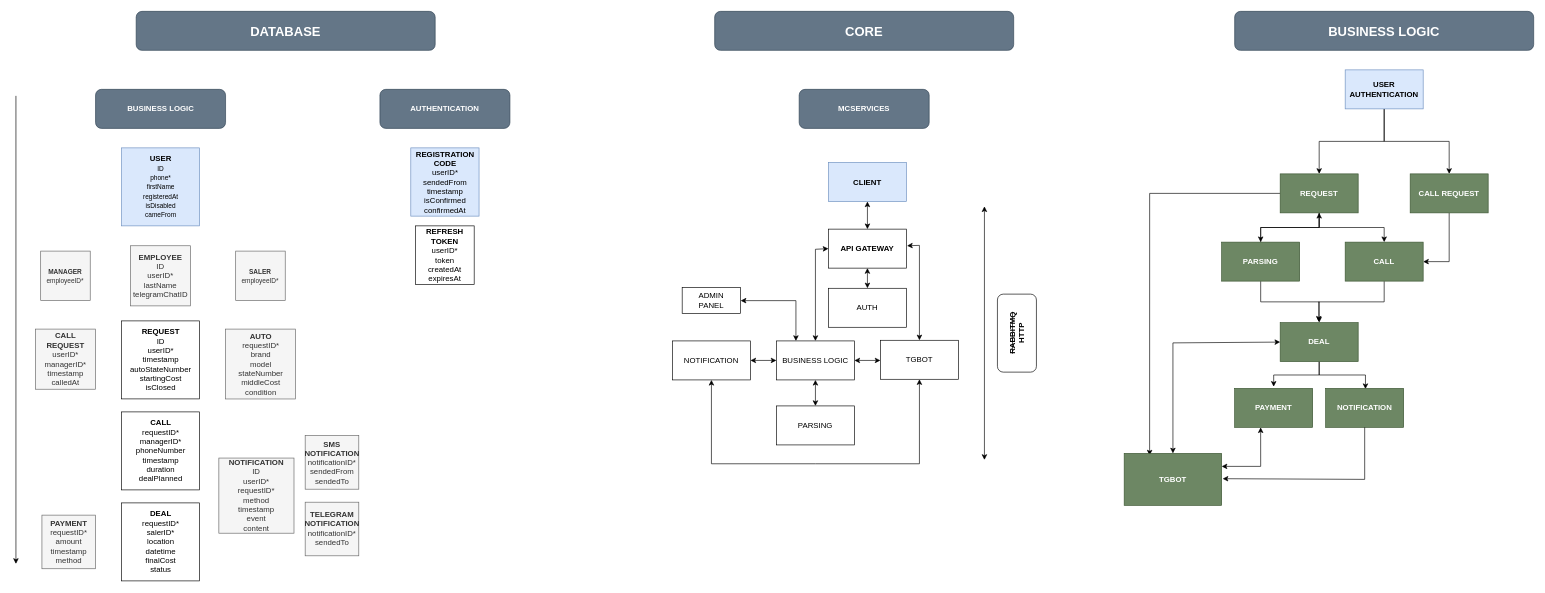
The draw.io diagram docs/AppDiagram.drawio in Dahaka1/GetAuto, before the edit. Source tidied: cells renumbered, new cells numbered last; positions are measured from the earlier drawing's top-left corner, leaving out a move shared by most shapes. Both pictures are drawn from the tidied source at 65%, with x=0, y=0 at pixel (16, 11).
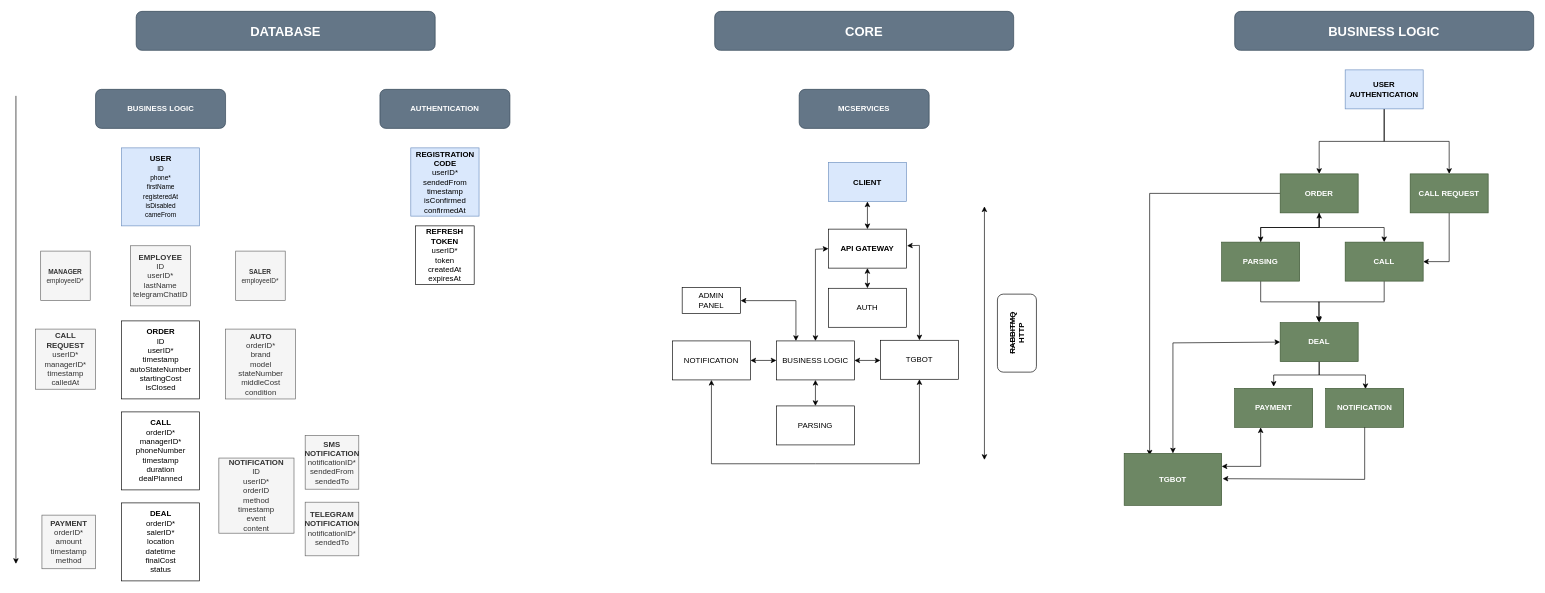
Above is the later version.

Change to the diagram source:
```diff
@@
-    <mxCell id="3" value="&lt;b&gt;AUTO&lt;/b&gt;&lt;br&gt;requestID*&lt;br&gt;brand&lt;br&gt;model&lt;br&gt;stateNumber&lt;br&gt;middleCost&lt;br&gt;condition" style="whiteSpace=wrap;html=1;fillColor=#f5f5f5;fontColor=#333333;strokeColor=#666666;" parent="1" vertex="1">
+    <mxCell id="3" value="&lt;b&gt;AUTO&lt;/b&gt;&lt;br&gt;orderID*&lt;br&gt;brand&lt;br&gt;model&lt;br&gt;stateNumber&lt;br&gt;middleCost&lt;br&gt;condition" style="whiteSpace=wrap;html=1;fillColor=#f5f5f5;fontColor=#333333;strokeColor=#666666;" parent="1" vertex="1">
       <mxGeometry x="322.5" y="488.8" width="107.5" height="107.5" as="geometry" />
     </mxCell>
-    <mxCell id="4" value="&lt;b&gt;REQUEST&lt;br&gt;&lt;/b&gt;ID&lt;br&gt;userID*&lt;br&gt;timestamp&lt;br&gt;autoStateNumber&lt;br&gt;startingCost&lt;br&gt;isClosed" style="whiteSpace=wrap;html=1;" parent="1" vertex="1">
+    <mxCell id="4" value="&lt;b&gt;ORDER&lt;br&gt;&lt;/b&gt;ID&lt;br&gt;userID*&lt;br&gt;timestamp&lt;br&gt;autoStateNumber&lt;br&gt;startingCost&lt;br&gt;isClosed" style="whiteSpace=wrap;html=1;" parent="1" vertex="1">
       <mxGeometry x="162.5" y="476.2" width="120" height="120" as="geometry" />
     </mxCell>
-    <mxCell id="5" value="&lt;b&gt;CALL&lt;br&gt;&lt;/b&gt;requestID*&lt;br&gt;managerID*&lt;br&gt;phoneNumber&lt;br&gt;timestamp&lt;br&gt;duration&lt;br&gt;dealPlanned" style="whiteSpace=wrap;html=1;" parent="1" vertex="1">
+    <mxCell id="5" value="&lt;b&gt;CALL&lt;br&gt;&lt;/b&gt;orderID*&lt;br&gt;managerID*&lt;br&gt;phoneNumber&lt;br&gt;timestamp&lt;br&gt;duration&lt;br&gt;dealPlanned" style="whiteSpace=wrap;html=1;" parent="1" vertex="1">
       <mxGeometry x="162.5" y="616.2" width="120" height="120" as="geometry" />
     </mxCell>
-    <mxCell id="6" value="&lt;b&gt;DEAL&lt;/b&gt;&lt;br&gt;requestID*&lt;br&gt;salerID*&lt;br&gt;location&lt;br&gt;datetime&lt;br&gt;finalCost&lt;br&gt;status" style="whiteSpace=wrap;html=1;" parent="1" vertex="1">
+    <mxCell id="6" value="&lt;b&gt;DEAL&lt;/b&gt;&lt;br&gt;orderID*&lt;br&gt;salerID*&lt;br&gt;location&lt;br&gt;datetime&lt;br&gt;finalCost&lt;br&gt;status" style="whiteSpace=wrap;html=1;" parent="1" vertex="1">
       <mxGeometry x="162.5" y="756.2" width="120" height="120" as="geometry" />
     </mxCell>
@@
-    <mxCell id="9" value="&lt;b&gt;PAYMENT&lt;br&gt;&lt;/b&gt;requestID*&lt;br&gt;amount&lt;br&gt;timestamp&lt;br&gt;method" style="whiteSpace=wrap;html=1;fillColor=#f5f5f5;fontColor=#333333;strokeColor=#666666;" parent="1" vertex="1">
+    <mxCell id="9" value="&lt;b&gt;PAYMENT&lt;br&gt;&lt;/b&gt;orderID*&lt;br&gt;amount&lt;br&gt;timestamp&lt;br&gt;method" style="whiteSpace=wrap;html=1;fillColor=#f5f5f5;fontColor=#333333;strokeColor=#666666;" parent="1" vertex="1">
       <mxGeometry x="40" y="775" width="82.5" height="82.5" as="geometry" />
     </mxCell>
@@
-    <mxCell id="32" value="&lt;b&gt;NOTIFICATION&lt;/b&gt;&lt;br&gt;ID&lt;br&gt;userID*&lt;br&gt;requestID*&lt;br&gt;method&lt;br&gt;timestamp&lt;br&gt;event&lt;br&gt;content" style="whiteSpace=wrap;html=1;fillColor=#f5f5f5;fontColor=#333333;strokeColor=#666666;direction=south;" parent="1" vertex="1">
+    <mxCell id="32" value="&lt;b&gt;NOTIFICATION&lt;/b&gt;&lt;br&gt;ID&lt;br&gt;userID*&lt;br&gt;orderID&lt;br&gt;method&lt;br&gt;timestamp&lt;br&gt;event&lt;br&gt;content" style="whiteSpace=wrap;html=1;fillColor=#f5f5f5;fontColor=#333333;strokeColor=#666666;direction=south;" parent="1" vertex="1">
       <mxGeometry x="312.2" y="687.2" width="115.6" height="115.6" as="geometry" />
     </mxCell>
@@
-    <mxCell id="44" value="REQUEST" style="rounded=0;whiteSpace=wrap;html=1;fillColor=#6d8764;fontColor=#ffffff;strokeColor=#3A5431;fontStyle=1;" parent="1" vertex="1">
+    <mxCell id="44" value="ORDER" style="rounded=0;whiteSpace=wrap;html=1;fillColor=#6d8764;fontColor=#ffffff;strokeColor=#3A5431;fontStyle=1;" parent="1" vertex="1">
       <mxGeometry x="1945" y="250" width="120" height="60" as="geometry" />
     </mxCell>
```
